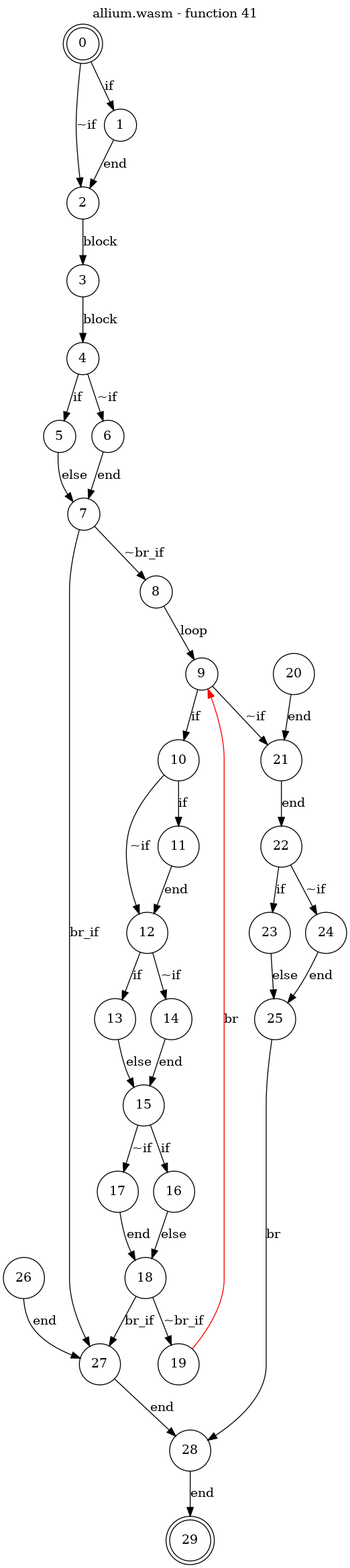
Above: test_cases/allium/funcs/allium-func41.png in jsCarleton/wanalyze (Graphviz), before the change. Its source is kept beside it as test_cases/allium/funcs/allium-func41.dot. The source it was exported from:
```dot
digraph finite_state_machine {
    label = "allium.wasm - function 41"
    labelloc =  t
    labelfontsize = 16
    labelfontcolor = black
    labelfontname = "Helvetica"
    node [shape = doublecircle]; 0 29;
    node [shape = circle];
    0 -> 1[label = "if"];
    0 -> 2[label = "~if"];
    1 -> 2[label = "end"];
    2 -> 3[label = "block"];
    3 -> 4[label = "block"];
    4 -> 5[label = "if"];
    4 -> 6[label = "~if"];
    5 -> 7[label = "else"];
    6 -> 7[label = "end"];
    7 -> 8[label = "~br_if"];
    7 -> 27[label = "br_if"];
    8 -> 9[label = "loop"];
    9 -> 10[label = "if"];
    9 -> 21[label = "~if"];
    10 -> 11[label = "if"];
    10 -> 12[label = "~if"];
    11 -> 12[label = "end"];
    12 -> 13[label = "if"];
    12 -> 14[label = "~if"];
    13 -> 15[label = "else"];
    14 -> 15[label = "end"];
    15 -> 16[label = "if"];
    15 -> 17[label = "~if"];
    16 -> 18[label = "else"];
    17 -> 18[label = "end"];
    18 -> 19[label = "~br_if"];
    18 -> 27[label = "br_if"];
    19 -> 9[color="red" label = "br"];
    20 -> 21[label = "end"];
    21 -> 22[label = "end"];
    22 -> 23[label = "if"];
    22 -> 24[label = "~if"];
    23 -> 25[label = "else"];
    24 -> 25[label = "end"];
    25 -> 28[label = "br"];
    26 -> 27[label = "end"];
    27 -> 28[label = "end"];
    28 -> 29[label = "end"];
}
```
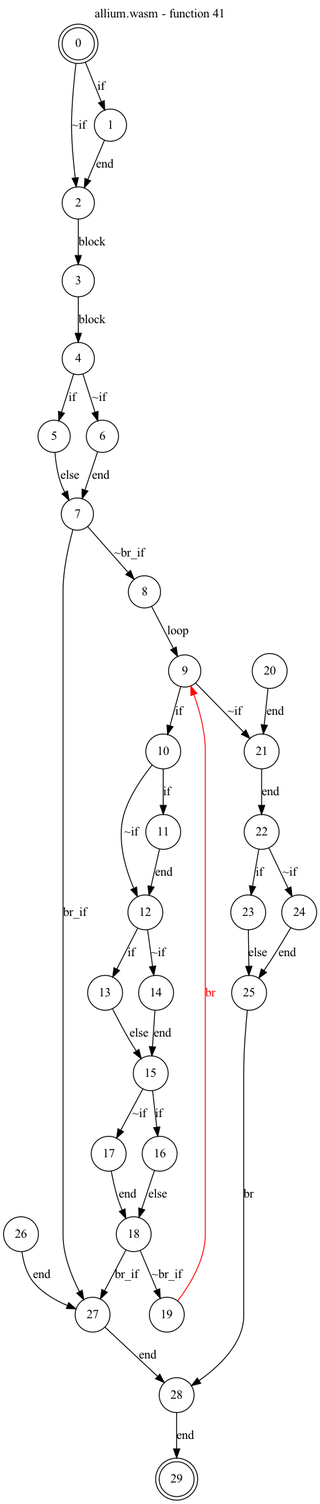
Above is the later version.

Change to the diagram source:
```diff
@@ -6,42 +6,42 @@
     labelfontname = "Helvetica"
     node [shape = doublecircle]; 0 29;
     node [shape = circle];
-    0 -> 1[label = "if"];
-    0 -> 2[label = "~if"];
-    1 -> 2[label = "end"];
-    2 -> 3[label = "block"];
-    3 -> 4[label = "block"];
-    4 -> 5[label = "if"];
-    4 -> 6[label = "~if"];
-    5 -> 7[label = "else"];
-    6 -> 7[label = "end"];
-    7 -> 8[label = "~br_if"];
-    7 -> 27[label = "br_if"];
-    8 -> 9[label = "loop"];
-    9 -> 10[label = "if"];
-    9 -> 21[label = "~if"];
-    10 -> 11[label = "if"];
-    10 -> 12[label = "~if"];
-    11 -> 12[label = "end"];
-    12 -> 13[label = "if"];
-    12 -> 14[label = "~if"];
-    13 -> 15[label = "else"];
-    14 -> 15[label = "end"];
-    15 -> 16[label = "if"];
-    15 -> 17[label = "~if"];
-    16 -> 18[label = "else"];
-    17 -> 18[label = "end"];
-    18 -> 19[label = "~br_if"];
-    18 -> 27[label = "br_if"];
-    19 -> 9[color="red" label = "br"];
-    20 -> 21[label = "end"];
-    21 -> 22[label = "end"];
-    22 -> 23[label = "if"];
-    22 -> 24[label = "~if"];
-    23 -> 25[label = "else"];
-    24 -> 25[label = "end"];
-    25 -> 28[label = "br"];
-    26 -> 27[label = "end"];
-    27 -> 28[label = "end"];
-    28 -> 29[label = "end"];
+    0 -> 1[label="if"];
+    0 -> 2[label="~if"];
+    1 -> 2[label="end"];
+    2 -> 3[label="block"];
+    3 -> 4[label="block"];
+    4 -> 5[label="if"];
+    4 -> 6[label="~if"];
+    5 -> 7[label="else"];
+    6 -> 7[label="end"];
+    7 -> 8[label="~br_if"];
+    7 -> 27[label="br_if"];
+    8 -> 9[label="loop"];
+    9 -> 10[label="if"];
+    9 -> 21[label="~if"];
+    10 -> 11[label="if"];
+    10 -> 12[label="~if"];
+    11 -> 12[label="end"];
+    12 -> 13[label="if"];
+    12 -> 14[label="~if"];
+    13 -> 15[label="else"];
+    14 -> 15[label="end"];
+    15 -> 16[label="if"];
+    15 -> 17[label="~if"];
+    16 -> 18[label="else"];
+    17 -> 18[label="end"];
+    18 -> 19[label="~br_if"];
+    18 -> 27[label="br_if"];
+    19 -> 9[color="red" fontcolor="red" label="br"];
+    20 -> 21[label="end"];
+    21 -> 22[label="end"];
+    22 -> 23[label="if"];
+    22 -> 24[label="~if"];
+    23 -> 25[label="else"];
+    24 -> 25[label="end"];
+    25 -> 28[label="br"];
+    26 -> 27[label="end"];
+    27 -> 28[label="end"];
+    28 -> 29[label="end"];
 }
```
